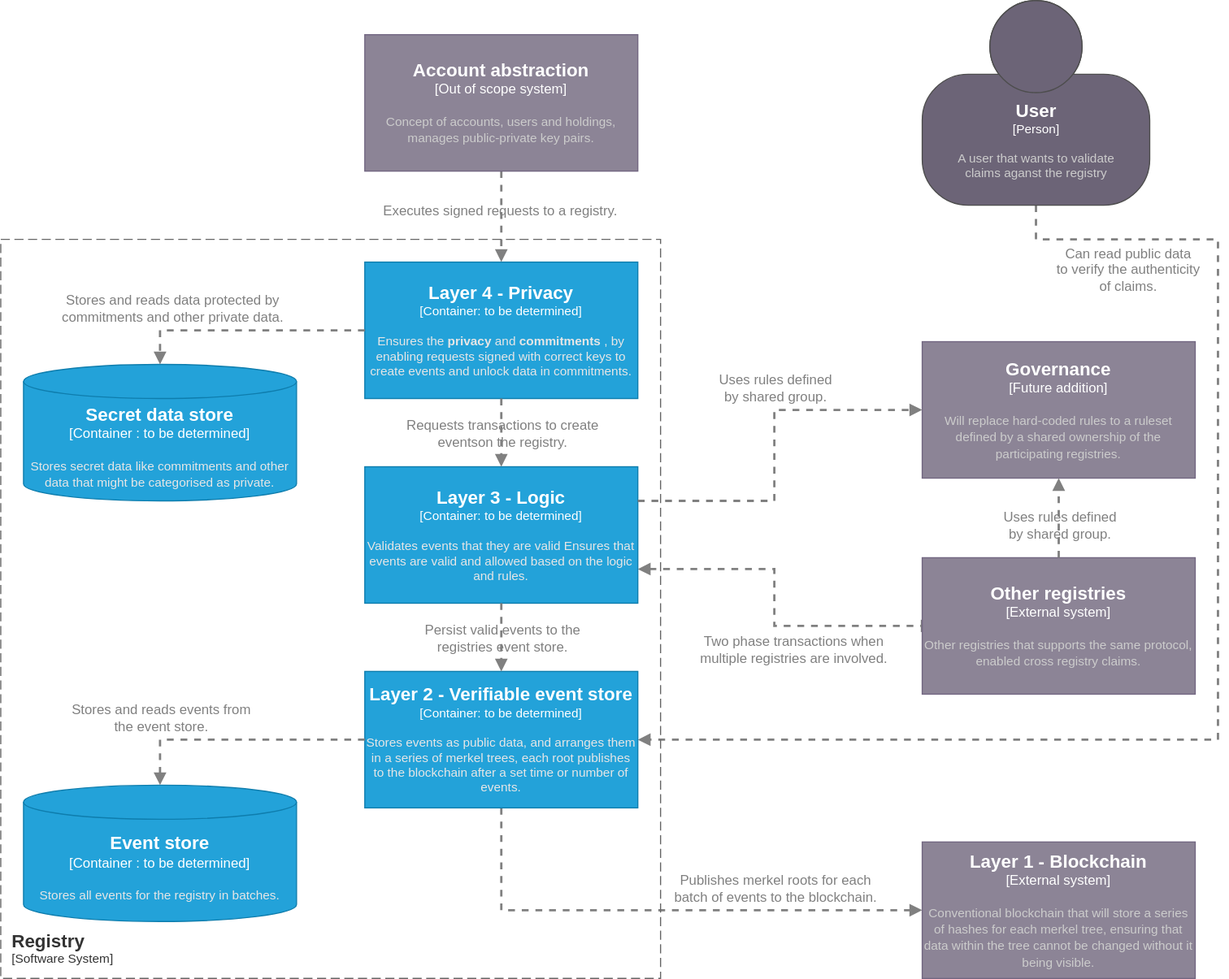
project-origin/registry keeps this draw.io diagram as doc/figures/container.drawio.svg. Above is the earlier version. Source tidied: cells renumbered, new cells last; positions are measured from the earlier drawing's top-left corner, leaving out a move shared by most shapes.
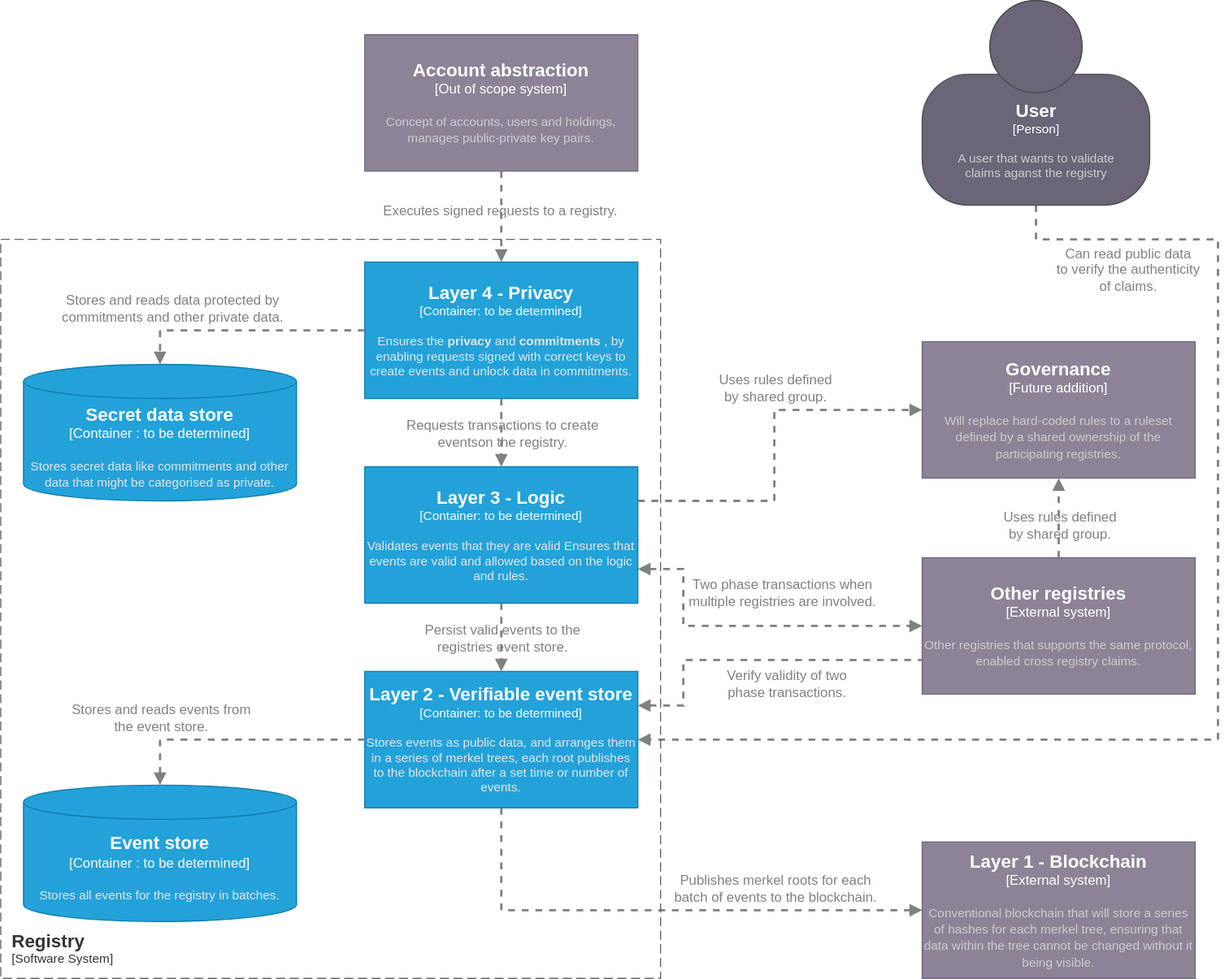
After the change.

Change to the diagram source:
```diff
@@ -14,18 +14,17 @@
         <mxPoint x="132" y="-21" as="offset" />
       </mxGeometry>
     </mxCell>
-    <mxCell id="4" style="edgeStyle=none;html=1;exitX=1;exitY=0.75;exitDx=0;exitDy=0;exitPerimeter=0;entryX=0;entryY=0.5;entryDx=0;entryDy=0;entryPerimeter=0;dashed=1;startArrow=block;startFill=1;endArrow=block;endFill=1;rounded=0;fontColor=#808080;strokeColor=#808080;strokeWidth=2;" parent="1" edge="1" source="16">
+    <mxCell id="4" style="edgeStyle=none;html=1;exitX=1;exitY=0.75;exitDx=0;exitDy=0;exitPerimeter=0;entryX=0;entryY=0.5;entryDx=0;entryDy=0;entryPerimeter=0;dashed=1;startArrow=block;startFill=1;endArrow=block;endFill=1;rounded=0;fontColor=#808080;strokeColor=#808080;strokeWidth=2;" parent="1" edge="1" source="16" target="7">
       <mxGeometry relative="1" as="geometry">
-        <mxPoint x="820" y="550" as="targetPoint" />
         <Array as="points">
-          <mxPoint x="680" y="500" />
-          <mxPoint x="680" y="550" />
+          <mxPoint x="600" y="500" />
+          <mxPoint x="600" y="550" />
         </Array>
       </mxGeometry>
     </mxCell>
     <mxCell id="5" value="Two phase&amp;nbsp;transactions when &lt;br&gt;multiple registries are involved." style="edgeLabel;html=1;align=center;verticalAlign=middle;fontSize=12;labelBackgroundColor=none;rounded=0;fontColor=#808080;" parent="4" vertex="1">
       <mxGeometry x="-0.09" relative="1" as="geometry">
-        <mxPoint x="16" y="49" as="offset" />
+        <mxPoint x="39" y="-30" as="offset" />
       </mxGeometry>
     </mxCell>
     <object id="6" label="&lt;font style=&quot;font-size: 16px&quot;&gt;&lt;b&gt;%c4Name%&lt;/b&gt;&lt;/font&gt;&lt;div&gt;[%c4Type%]&lt;/div&gt;&lt;br&gt;&lt;div&gt;&lt;font style=&quot;font-size: 11px&quot;&gt;&lt;font color=&quot;#cccccc&quot;&gt;%c4Description%&lt;/font&gt;&lt;/div&gt;" c4Description="Conventional blockchain that will store a series of hashes for each merkel tree, ensuring that data within the tree cannot be changed without it being visible." c4Name="Layer 1 - Blockchain" c4Type="External system" placeholders="1">
@@ -49,8 +48,9 @@
         <mxGeometry x="320" y="30" width="240" height="120" as="geometry" />
       </mxCell>
     </object>
-    <mxCell id="11" style="edgeStyle=none;html=1;dashed=1;fontSize=12;endArrow=block;endFill=1;exitX=0.5;exitY=1;exitDx=0;exitDy=0;exitPerimeter=0;rounded=0;fontColor=#808080;strokeColor=#808080;strokeWidth=2;entryX=1;entryY=0.5;entryDx=0;entryDy=0;entryPerimeter=0;" parent="1" edge="1" source="13" target="15">
+    <mxCell id="11" style="edgeStyle=none;html=1;dashed=1;fontSize=12;endArrow=block;endFill=1;exitX=0.5;exitY=1;exitDx=0;exitDy=0;exitPerimeter=0;rounded=0;fontColor=#808080;strokeColor=#808080;strokeWidth=2;" parent="1" edge="1" source="13">
       <mxGeometry relative="1" as="geometry">
+        <mxPoint x="560" y="650" as="targetPoint" />
         <Array as="points">
           <mxPoint x="910" y="210" />
           <mxPoint x="1070" y="210" />
@@ -165,5 +165,18 @@
         <mxPoint x="-2" y="1" as="offset" />
       </mxGeometry>
     </mxCell>
+    <mxCell id="33" style="edgeStyle=none;html=1;exitX=1;exitY=0.25;exitDx=0;exitDy=0;exitPerimeter=0;entryX=0;entryY=0.75;entryDx=0;entryDy=0;entryPerimeter=0;dashed=1;startArrow=block;startFill=1;endArrow=none;endFill=0;rounded=0;fontColor=#808080;strokeColor=#808080;strokeWidth=2;" parent="1" edge="1" source="15" target="7">
+      <mxGeometry relative="1" as="geometry">
+        <Array as="points">
+          <mxPoint x="600" y="620" />
+          <mxPoint x="600" y="580" />
+        </Array>
+      </mxGeometry>
+    </mxCell>
+    <mxCell id="34" value="Verify validity of two &lt;br&gt;phase transactions." style="edgeLabel;html=1;align=center;verticalAlign=middle;fontSize=12;labelBackgroundColor=none;rounded=0;fontColor=#808080;" parent="33" vertex="1">
+      <mxGeometry x="-0.09" relative="1" as="geometry">
+        <mxPoint x="38" y="20" as="offset" />
+      </mxGeometry>
+    </mxCell>
   </root>
 </mxGraphModel>
```
